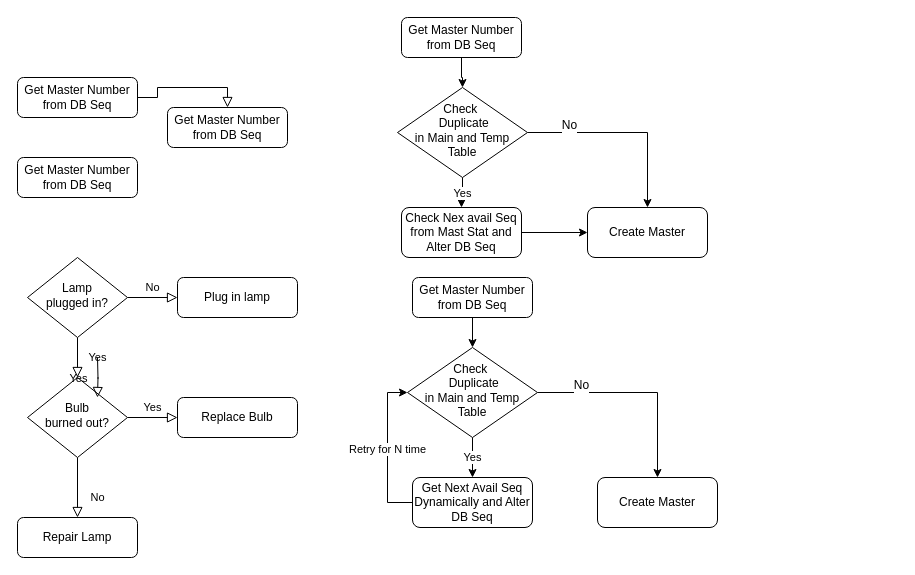
The draw.io diagram Untitled Diagram.drawio in sureshkumarit02/user-profile, before the edit. Source tidied: cells renumbered, new cells numbered last; positions are measured from the earlier drawing's top-left corner, leaving out a move shared by most shapes. Both pictures are drawn from the tidied source at 100%, with x=0, y=0 at pixel (17, 17).
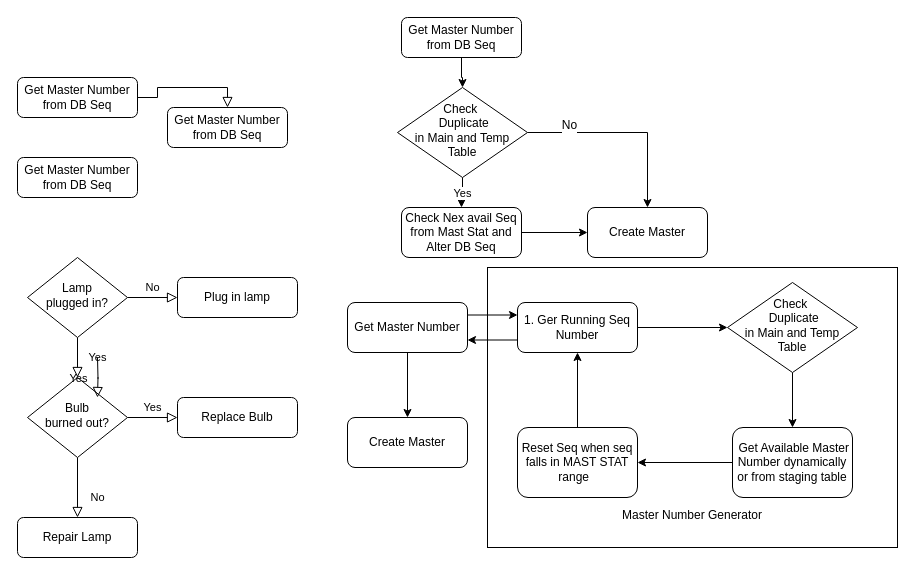
After the change.

The edit, as a diff of the source:
```diff
@@
+    <mxCell id="34" value="&lt;br&gt;&lt;br&gt;&lt;br&gt;&lt;br&gt;&lt;br&gt;&lt;br&gt;&lt;br&gt;&lt;br&gt;&lt;br&gt;&lt;br&gt;&lt;br&gt;&lt;br&gt;&lt;br&gt;&lt;br&gt;&lt;br&gt;Master Number Generator" style="rounded=0;whiteSpace=wrap;html=1;" parent="1" vertex="1">
+      <mxGeometry x="470" y="250" width="410" height="280" as="geometry" />
+    </mxCell>
@@
-    <mxCell id="25" style="edgeStyle=orthogonalEdgeStyle;rounded=0;jettySize=auto;html=1;entryX=0.5;entryY=0;entryDx=0;entryDy=0;" parent="1" edge="1" source="28" target="33">
-      <mxGeometry relative="1" as="geometry" />
-    </mxCell>
-    <mxCell id="26" value="No" style="text;html=1;align=center;verticalAlign=middle;labelBackgroundColor=#ffffff;" parent="25" vertex="1">
-      <mxGeometry x="-0.58" y="8" relative="1" as="geometry" />
-    </mxCell>
-    <mxCell id="27" value="Yes" style="edgeStyle=orthogonalEdgeStyle;rounded=0;jettySize=auto;html=1;" parent="1" edge="1" source="28" target="32">
+    <mxCell id="27" style="edgeStyle=orthogonalEdgeStyle;rounded=0;jettySize=auto;html=1;" parent="1" edge="1" source="28" target="32">
       <mxGeometry relative="1" as="geometry" />
     </mxCell>
     <mxCell id="28" value="Check&amp;nbsp;&lt;br&gt;&amp;nbsp;Duplicate &lt;br&gt;in Main and Temp Table" style="rhombus;whiteSpace=wrap;html=1;shadow=0;fontFamily=Helvetica;fontSize=12;align=center;strokeWidth=1;spacing=6;spacingTop=-4;" parent="1" vertex="1">
-      <mxGeometry x="390" y="330" width="130" height="90" as="geometry" />
+      <mxGeometry x="710" y="265" width="130" height="90" as="geometry" />
     </mxCell>
-    <mxCell id="29" style="edgeStyle=orthogonalEdgeStyle;rounded=0;jettySize=auto;html=1;entryX=0.5;entryY=0;entryDx=0;entryDy=0;" parent="1" edge="1" source="30" target="28">
-      <mxGeometry relative="1" as="geometry" />
-    </mxCell>
+    <mxCell id="35" style="edgeStyle=orthogonalEdgeStyle;rounded=0;jettySize=auto;html=1;" parent="1" edge="1" source="30" target="33">
+      <mxGeometry relative="1" as="geometry" />
+    </mxCell>
+    <mxCell id="36" style="edgeStyle=orthogonalEdgeStyle;rounded=0;jettySize=auto;html=1;entryX=0;entryY=0.25;entryDx=0;entryDy=0;exitX=1;exitY=0.25;exitDx=0;exitDy=0;" parent="1" edge="1" source="30" target="42">
+      <mxGeometry relative="1" as="geometry" />
+    </mxCell>
-    <mxCell id="30" value="Get Master Number from DB Seq" style="rounded=1;whiteSpace=wrap;html=1;fontSize=12;glass=0;strokeWidth=1;shadow=0;" parent="1" vertex="1">
-      <mxGeometry x="395" y="260" width="120" height="40" as="geometry" />
+    <mxCell id="30" value="Get Master Number" style="rounded=1;whiteSpace=wrap;html=1;fontSize=12;glass=0;strokeWidth=1;shadow=0;" parent="1" vertex="1">
+      <mxGeometry x="330" y="285" width="120" height="50" as="geometry" />
     </mxCell>
-    <mxCell id="31" value="Retry for N time" style="edgeStyle=orthogonalEdgeStyle;rounded=0;jettySize=auto;html=1;entryX=0;entryY=0.5;entryDx=0;entryDy=0;exitX=0;exitY=0.5;exitDx=0;exitDy=0;" parent="1" edge="1" source="32" target="28">
-      <mxGeometry relative="1" as="geometry" />
-    </mxCell>
+    <mxCell id="37" style="edgeStyle=orthogonalEdgeStyle;rounded=0;jettySize=auto;html=1;" parent="1" edge="1" source="32" target="39">
+      <mxGeometry relative="1" as="geometry" />
+    </mxCell>
-    <mxCell id="32" value="Get Next Avail Seq Dynamically and Alter DB Seq" style="rounded=1;whiteSpace=wrap;html=1;fontSize=12;glass=0;strokeWidth=1;shadow=0;" parent="1" vertex="1">
-      <mxGeometry x="395" y="460" width="120" height="50" as="geometry" />
+    <mxCell id="32" value="&amp;nbsp;Get Available Master Number dynamically or from staging table" style="rounded=1;whiteSpace=wrap;html=1;fontSize=12;glass=0;strokeWidth=1;shadow=0;" parent="1" vertex="1">
+      <mxGeometry x="715" y="410" width="120" height="70" as="geometry" />
     </mxCell>
+    <mxCell id="38" style="edgeStyle=orthogonalEdgeStyle;rounded=0;jettySize=auto;html=1;entryX=0.5;entryY=1;entryDx=0;entryDy=0;" parent="1" edge="1" source="39" target="42">
+      <mxGeometry relative="1" as="geometry" />
+    </mxCell>
+    <mxCell id="39" value="Reset Seq when seq falls in MAST STAT range&amp;nbsp;&amp;nbsp;" style="rounded=1;whiteSpace=wrap;html=1;fontSize=12;glass=0;strokeWidth=1;shadow=0;" parent="1" vertex="1">
+      <mxGeometry x="500" y="410" width="120" height="70" as="geometry" />
+    </mxCell>
     <mxCell id="33" value="Create Master" style="rounded=1;whiteSpace=wrap;html=1;fontSize=12;glass=0;strokeWidth=1;shadow=0;" parent="1" vertex="1">
-      <mxGeometry x="580" y="460" width="120" height="50" as="geometry" />
+      <mxGeometry x="330" y="400" width="120" height="50" as="geometry" />
     </mxCell>
+    <mxCell id="40" style="edgeStyle=orthogonalEdgeStyle;rounded=0;jettySize=auto;html=1;entryX=0;entryY=0.5;entryDx=0;entryDy=0;" parent="1" edge="1" source="42" target="28">
+      <mxGeometry relative="1" as="geometry" />
+    </mxCell>
+    <mxCell id="41" style="edgeStyle=orthogonalEdgeStyle;rounded=0;jettySize=auto;html=1;exitX=0;exitY=0.75;exitDx=0;exitDy=0;entryX=1;entryY=0.75;entryDx=0;entryDy=0;" parent="1" edge="1" source="42" target="30">
+      <mxGeometry relative="1" as="geometry" />
+    </mxCell>
+    <mxCell id="42" value="1. Ger Running Seq Number" style="rounded=1;whiteSpace=wrap;html=1;fontSize=12;glass=0;strokeWidth=1;shadow=0;" parent="1" vertex="1">
+      <mxGeometry x="500" y="285" width="120" height="50" as="geometry" />
+    </mxCell>
```
